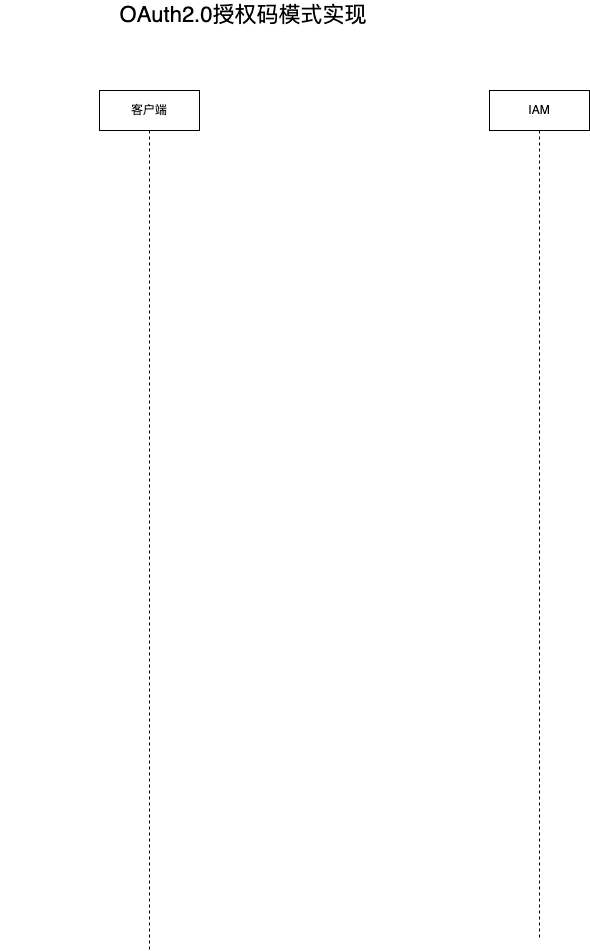
This is IAM实现.drawio.png from JYbill/draw, a draw.io export, as it was before one commit. Source tidied: cells renumbered, new cells last; positions are measured from the earlier drawing's top-left corner, leaving out a move shared by most shapes.
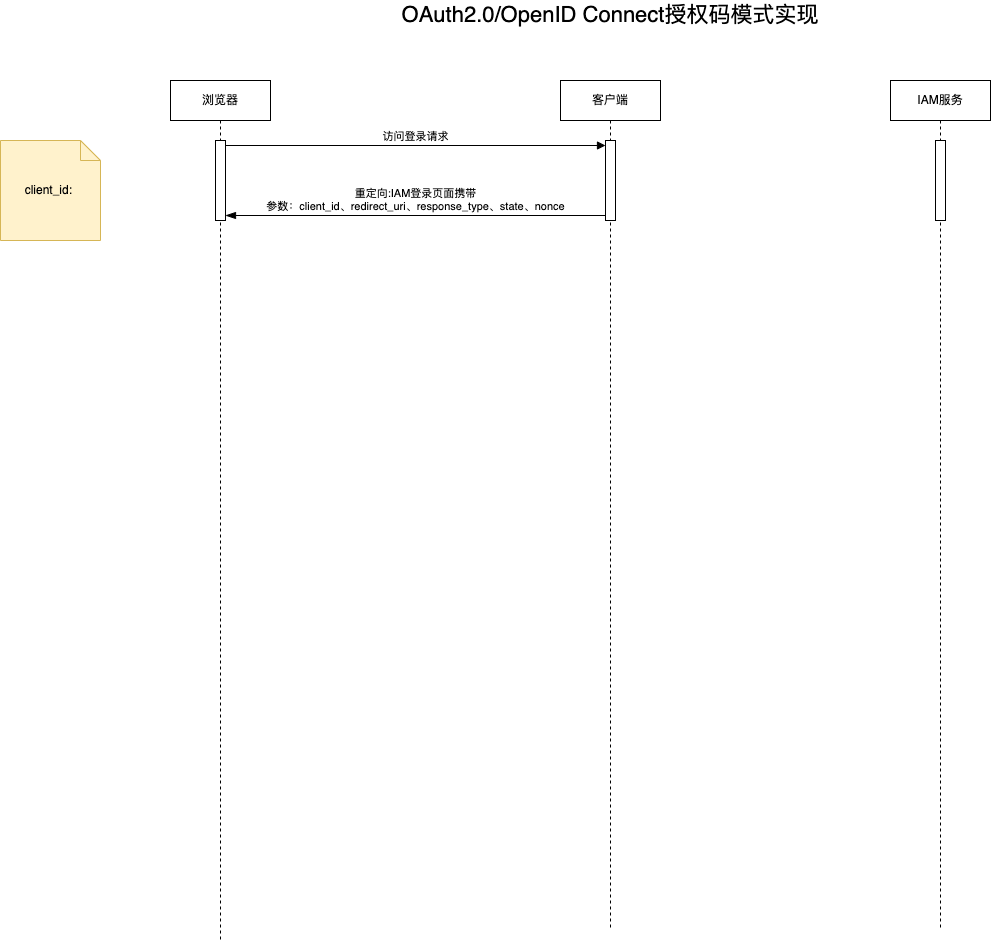
The same diagram one commit later.

Diff of the diagram source:
```diff
@@ -2,14 +2,35 @@
   <root>
     <mxCell id="0" />
     <mxCell id="1" parent="0" />
-    <mxCell id="2" value="客户端" style="shape=umlLifeline;perimeter=lifelinePerimeter;whiteSpace=wrap;html=1;newEdgeStyle={&quot;curved&quot;:0,&quot;rounded&quot;:0};" parent="1" vertex="1">
+    <mxCell id="2" value="浏览器" style="shape=umlLifeline;perimeter=lifelinePerimeter;whiteSpace=wrap;html=1;newEdgeStyle={&quot;curved&quot;:0,&quot;rounded&quot;:0};" parent="1" vertex="1">
       <mxGeometry x="99" y="90" width="100" height="860" as="geometry" />
     </mxCell>
+    <mxCell id="5" style="html=1;points=[[0,0,0,0,5],[0,1,0,0,-5],[1,0,0,0,5],[1,1,0,0,-5]];perimeter=orthogonalPerimeter;outlineConnect=0;targetShapes=umlLifeline;portConstraint=eastwest;newEdgeStyle={&quot;curved&quot;:0,&quot;rounded&quot;:0};" parent="2" vertex="1">
+      <mxGeometry x="45" y="60" width="10" height="80" as="geometry" />
+    </mxCell>
-    <mxCell id="3" value="IAM" style="shape=umlLifeline;perimeter=lifelinePerimeter;whiteSpace=wrap;html=1;newEdgeStyle={&quot;curved&quot;:0,&quot;rounded&quot;:0};" parent="1" vertex="1">
+    <mxCell id="3" value="客户端" style="shape=umlLifeline;perimeter=lifelinePerimeter;whiteSpace=wrap;html=1;newEdgeStyle={&quot;curved&quot;:0,&quot;rounded&quot;:0};" parent="1" vertex="1">
       <mxGeometry x="489" y="90" width="100" height="850" as="geometry" />
     </mxCell>
+    <mxCell id="6" style="html=1;points=[[0,0,0,0,5],[0,1,0,0,-5],[1,0,0,0,5],[1,1,0,0,-5]];perimeter=orthogonalPerimeter;outlineConnect=0;targetShapes=umlLifeline;portConstraint=eastwest;newEdgeStyle={&quot;curved&quot;:0,&quot;rounded&quot;:0};" parent="3" vertex="1">
+      <mxGeometry x="45" y="60" width="10" height="80" as="geometry" />
+    </mxCell>
-    <mxCell id="4" value="OAuth2.0授权码模式实现" style="text;html=1;align=center;verticalAlign=middle;whiteSpace=wrap;rounded=0;fontSize=22;" parent="1" vertex="1">
-      <mxGeometry width="486" height="30" as="geometry" />
+    <mxCell id="4" value="OAuth2.0/OpenID Connect授权码模式实现" style="text;html=1;align=center;verticalAlign=middle;whiteSpace=wrap;rounded=0;fontSize=22;" parent="1" vertex="1">
+      <mxGeometry x="296" y="10" width="486" height="30" as="geometry" />
     </mxCell>
+    <mxCell id="7" value="访问登录请求" style="html=1;verticalAlign=bottom;endArrow=block;curved=0;rounded=0;entryX=0;entryY=0;entryDx=0;entryDy=5;exitX=1;exitY=0;exitDx=0;exitDy=5;exitPerimeter=0;" parent="1" edge="1" source="5" target="6">
+      <mxGeometry relative="1" as="geometry" />
+    </mxCell>
+    <mxCell id="8" value="重定向:IAM登录页面携带&lt;br&gt;参数：client_id、redirect_uri、response_type、state、nonce" style="html=1;verticalAlign=bottom;endArrow=blockThin;endSize=8;curved=0;rounded=0;exitX=0;exitY=1;exitDx=0;exitDy=-5;entryX=1;entryY=1;entryDx=0;entryDy=-5;entryPerimeter=0;endFill=1;" parent="1" edge="1" source="6" target="5">
+      <mxGeometry relative="1" as="geometry" />
+    </mxCell>
+    <mxCell id="9" value="IAM服务" style="shape=umlLifeline;perimeter=lifelinePerimeter;whiteSpace=wrap;html=1;newEdgeStyle={&quot;curved&quot;:0,&quot;rounded&quot;:0};" parent="1" vertex="1">
+      <mxGeometry x="819" y="90" width="100" height="850" as="geometry" />
+    </mxCell>
+    <mxCell id="10" style="html=1;perimeter=orthogonalPerimeter;targetShapes=umlLifeline;newEdgeStyle={&quot;curved&quot;:0,&quot;rounded&quot;:0};" parent="9" vertex="1">
+      <mxGeometry x="45" y="60" width="10" height="80" as="geometry" />
+    </mxCell>
+    <mxCell id="11" value="client_id:&amp;nbsp;" style="shape=note;size=20;whiteSpace=wrap;html=1;fillColor=#fff2cc;strokeColor=#d6b656;" parent="1" vertex="1">
+      <mxGeometry x="-71" y="150" width="100" height="100" as="geometry" />
+    </mxCell>
   </root>
 </mxGraphModel>
```
